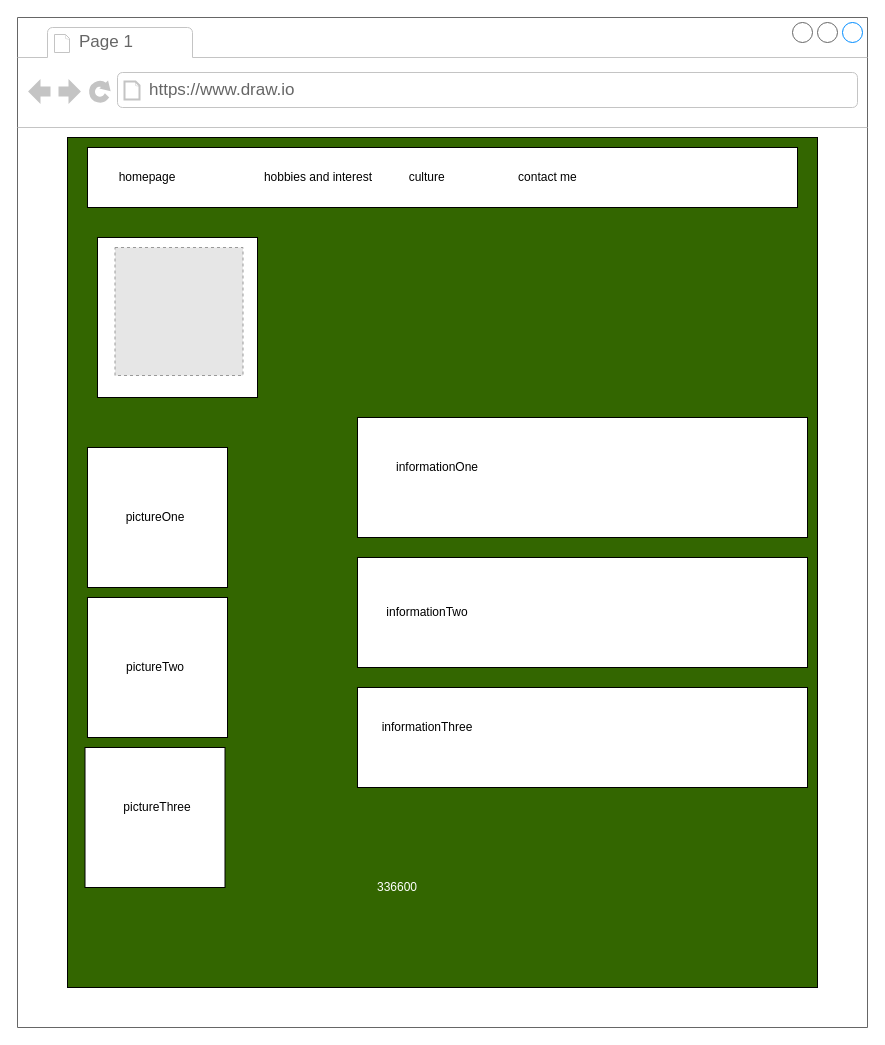
This is page "Page-2" (2 of 4) of layout.drawio from ASDAH-Digtal/91880-91884-Johnnysins808, a draw.io file, before an edit. Source tidied: cells renumbered, new cells numbered last; positions are measured from the earlier drawing's top-left corner, leaving out a move shared by most shapes. Both pictures are drawn from the tidied source at 100%, with x=0, y=0 at pixel (17, 17). Pictures stored in the file or linked from it are replaced by grey dashed boxes.
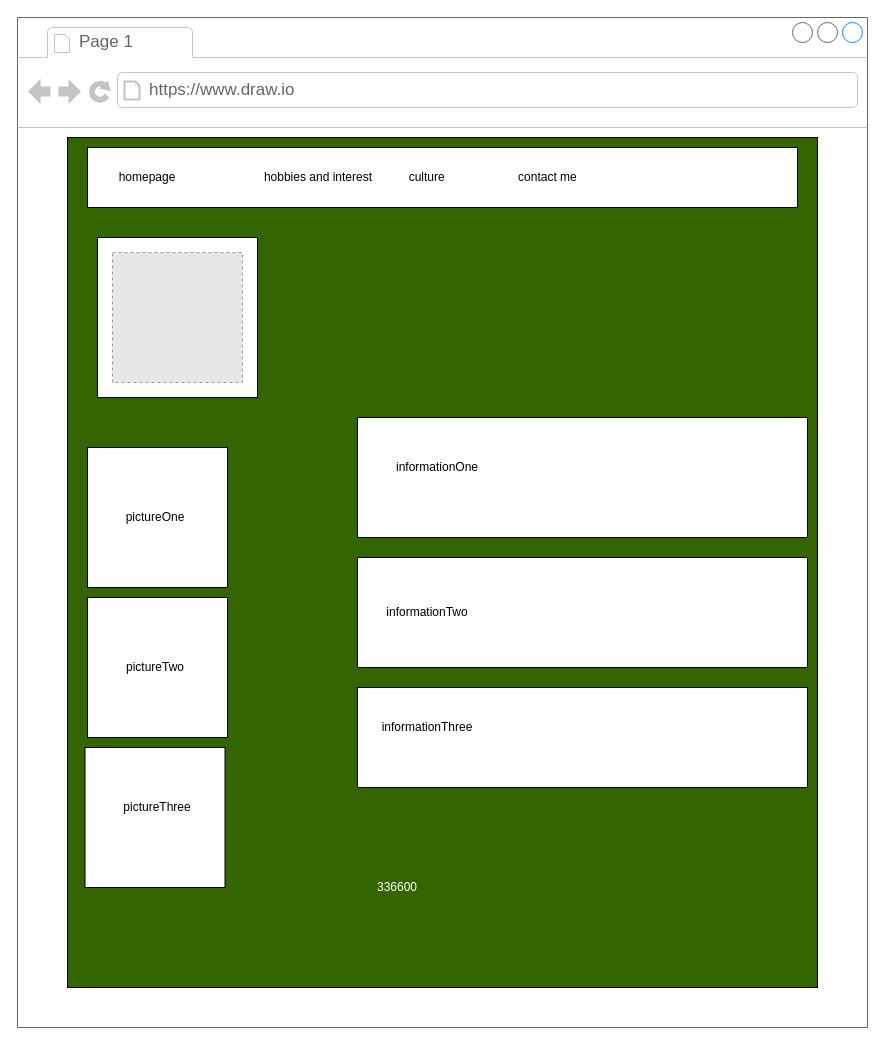
The same diagram, later.

The change refers to these unchanged cells:
```xml
<mxCell id="2" style="strokeWidth=1;shadow=0;dashed=0;align=center;html=1;shape=mxgraph.mockup.containers.browserWindow;rSize=0;strokeColor=#666666;strokeColor2=#008cff;strokeColor3=#c4c4c4;mainText=,;fillColor=#FFFFFF;" parent="1" vertex="1">
  <mxGeometry width="850" height="1010" as="geometry" />
</mxCell>
```

What changed in the source:
```diff
@@
-    <mxCell id="22" style="fillColor=#E6E6E6;strokeColor=#999999;dashed=1;html=1;verticalAlign=top;verticalLabelPosition=bottom;labelBackgroundColor=#ffffff;" parent="2" vertex="1">
-      <mxGeometry x="97.5" y="230" width="128" height="128" as="geometry" />
-    </mxCell>
@@
+    <mxCell id="24" style="fillColor=#E6E6E6;strokeColor=#999999;dashed=1;html=1;verticalAlign=top;verticalLabelPosition=bottom;labelBackgroundColor=#ffffff;" parent="2" vertex="1">
+      <mxGeometry x="95" y="235" width="130" height="130" as="geometry" />
+    </mxCell>
```
